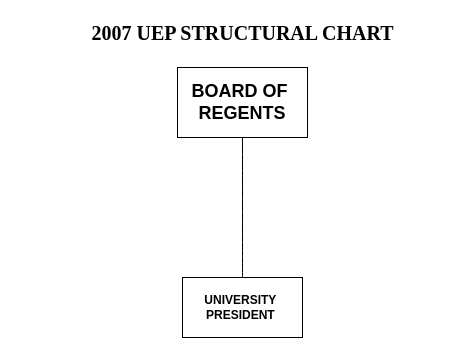
Above: ICT.drawio in VCODERN/draw.io (draw.io), before the change. Source tidied: cells renumbered, new cells numbered last; positions are measured from the earlier drawing's top-left corner, leaving out a move shared by most shapes. Both pictures are drawn from the tidied source at 100%, with x=0, y=0 at pixel (46, 17).
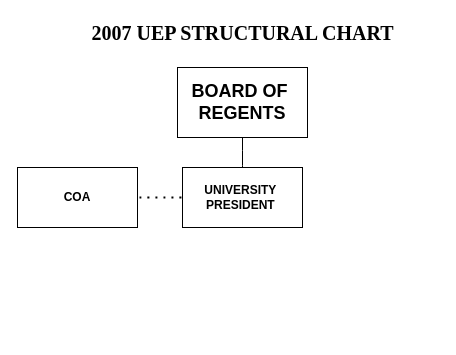
Above is the later version.

What changed in the source:
```diff
@@
 <mxGraphModel>
   <root>
     <mxCell id="0" />
     <mxCell id="1" parent="0" />
     <mxCell id="2" value="&lt;h2&gt;BOARD OF&amp;nbsp;&lt;br&gt;REGENTS&lt;/h2&gt;" style="rounded=0;whiteSpace=wrap;html=1;" parent="1" vertex="1">
       <mxGeometry x="131" y="50" width="130" height="70" as="geometry" />
     </mxCell>
     <mxCell id="3" value="&lt;b&gt;&lt;font style=&quot;font-size: 20px;&quot; face=&quot;Times New Roman&quot;&gt;2007 UEP STRUCTURAL CHART&lt;/font&gt;&lt;/b&gt;" style="text;strokeColor=none;fillColor=none;html=1;align=center;verticalAlign=middle;whiteSpace=wrap;rounded=0;fontSize=16;" parent="1" vertex="1">
       <mxGeometry x="-0.2" width="392.5" height="30" as="geometry" />
     </mxCell>
     <mxCell id="4" value="&lt;b&gt;UNIVERSITY&amp;nbsp;&lt;/b&gt;&lt;div&gt;&lt;b&gt;PRESIDENT&amp;nbsp;&lt;/b&gt;&lt;/div&gt;" style="whiteSpace=wrap;html=1;rounded=0;" parent="1" vertex="1">
-      <mxGeometry x="136" y="260" width="120" height="60" as="geometry" />
+      <mxGeometry x="136" y="150" width="120" height="60" as="geometry" />
     </mxCell>
     <mxCell id="5" style="endArrow=none;html=1;rounded=0;fontSize=12;startSize=8;endSize=8;curved=1;entryX=0.5;entryY=1;entryDx=0;entryDy=0;exitX=0.5;exitY=0;exitDx=0;exitDy=0;" parent="1" edge="1" source="4" target="2">
       <mxGeometry relative="1" as="geometry" />
     </mxCell>
+    <mxCell id="6" value="&lt;b&gt;COA&lt;/b&gt;" style="whiteSpace=wrap;html=1;rounded=0;" parent="1" vertex="1">
+      <mxGeometry x="-29" y="150" width="120" height="60" as="geometry" />
+    </mxCell>
+    <mxCell id="7" style="endArrow=none;dashed=1;html=1;dashPattern=1 3;strokeWidth=2;rounded=0;fontSize=12;startSize=8;endSize=8;curved=1;entryX=0;entryY=0.5;entryDx=0;entryDy=0;" parent="1" edge="1" target="4">
+      <mxGeometry relative="1" as="geometry">
+        <mxPoint x="93" y="180" as="sourcePoint" />
+      </mxGeometry>
+    </mxCell>
   </root>
 </mxGraphModel>
```
